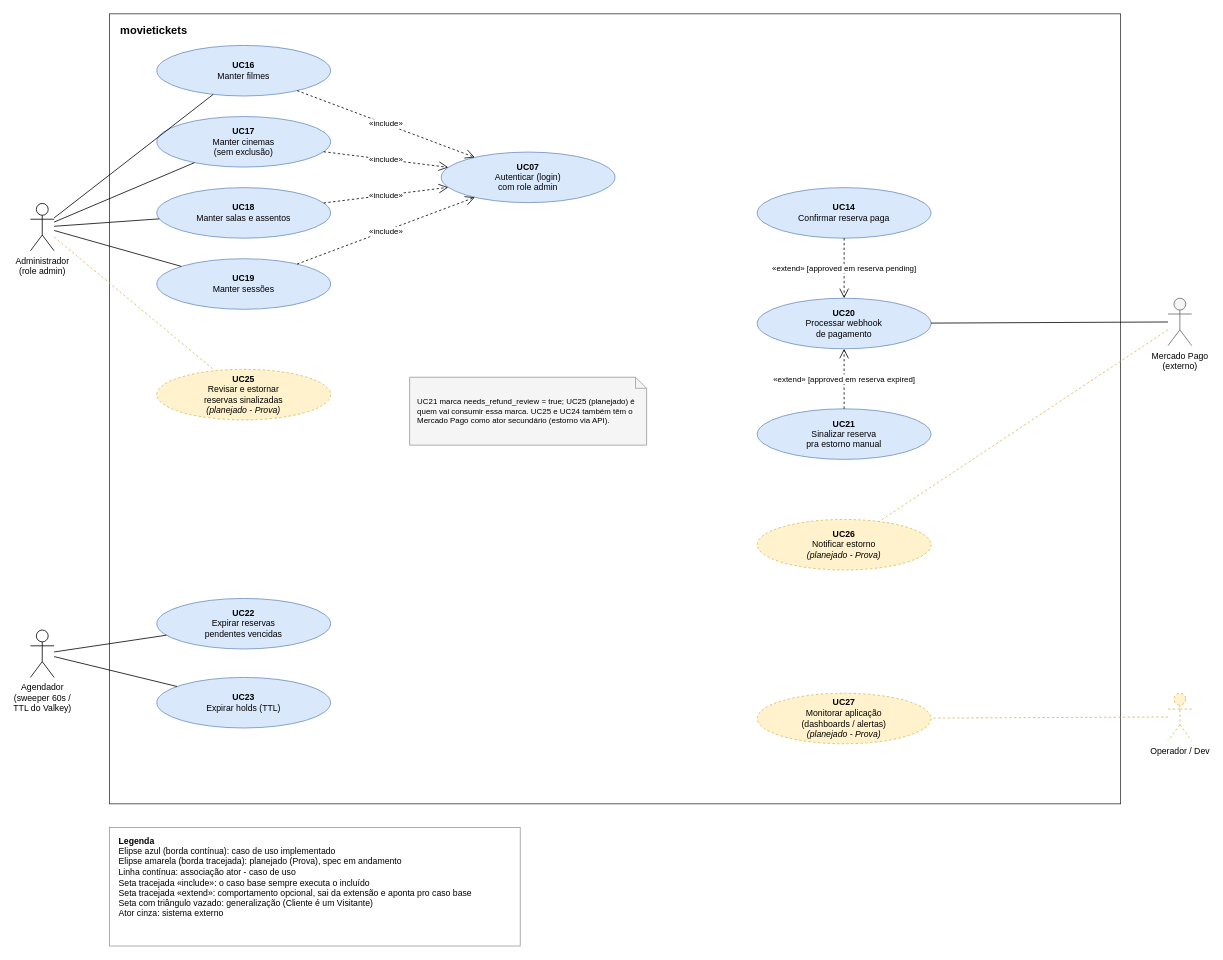
This is page "Administrador e sistema" (2 of 2) of docs/use-cases/use-cases.drawio from D4rkM/movietickets, a draw.io file, before an edit. Source tidied: cells renumbered, new cells numbered last; positions are measured from the earlier drawing's top-left corner, leaving out a move shared by most shapes. Both pictures are drawn from the tidied source at 79%, with x=0, y=0 at pixel (30, 13).
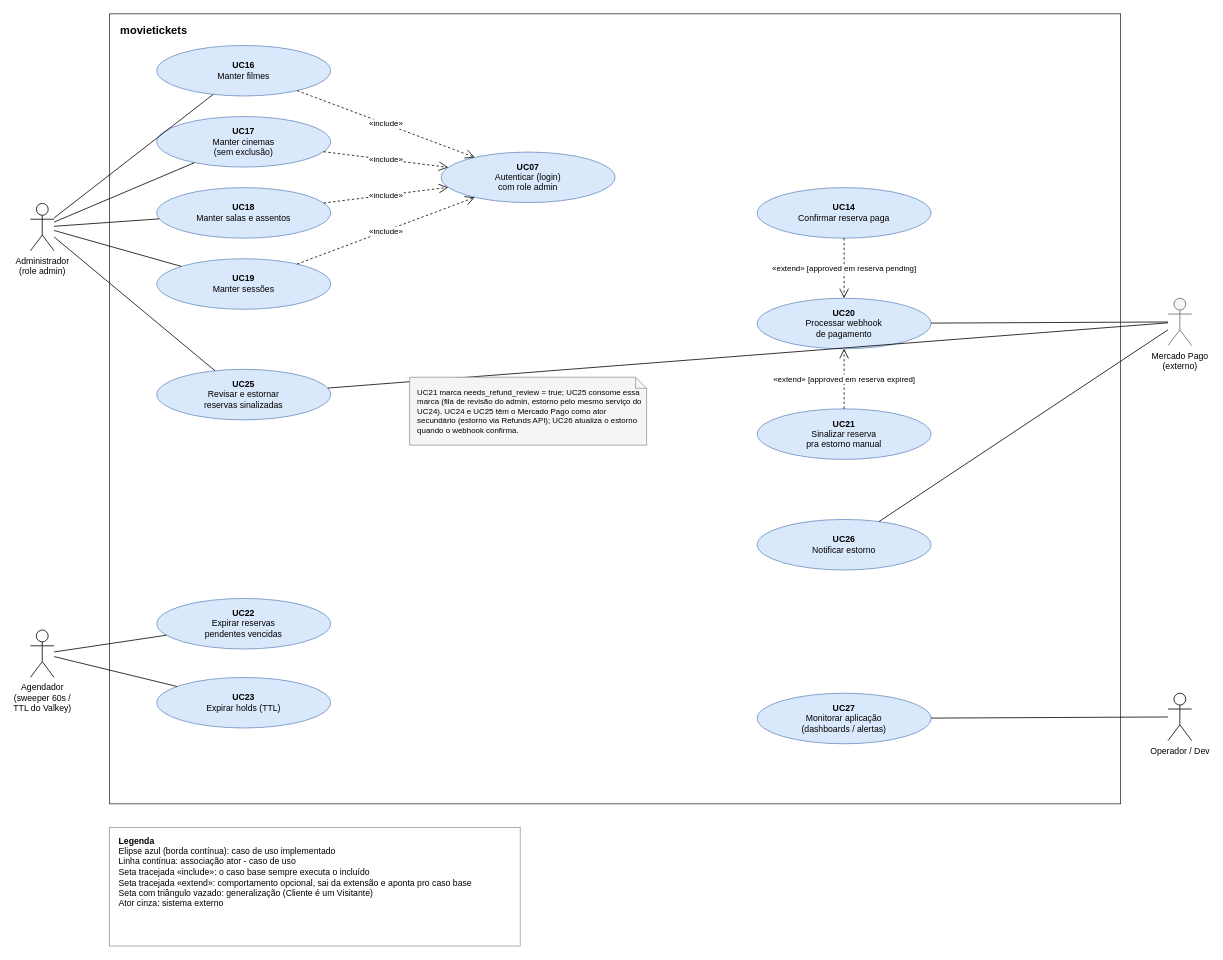
After the change.

Commit message (it also covers changes not shown here):
docs: casos de uso UC24 a UC27 entregues (estorno e monitoria) (#97)

The change refers to these unchanged cells:
```xml
<mxCell id="3" value="Administrador&lt;br&gt;(role admin)" style="shape=umlActor;verticalLabelPosition=bottom;verticalAlign=top;html=1;outlineConnect=0;fontSize=11;" parent="1" vertex="1">
  <mxGeometry y="240" width="30" height="60" as="geometry" />
</mxCell>
<mxCell id="5" value="Mercado Pago&lt;br&gt;(externo)" style="shape=umlActor;verticalLabelPosition=bottom;verticalAlign=top;html=1;outlineConnect=0;fontSize=11;fillColor=#f5f5f5;strokeColor=#666666;" parent="1" vertex="1">
  <mxGeometry x="1440" y="360" width="30" height="60" as="geometry" />
</mxCell>
```

The edit, as a diff of the source:
```diff
@@
-    <mxCell id="6" value="Operador / Dev" style="shape=umlActor;verticalLabelPosition=bottom;verticalAlign=top;html=1;outlineConnect=0;fontSize=11;dashed=1;fillColor=#fff2cc;strokeColor=#d6b656;" parent="1" vertex="1">
+    <mxCell id="6" value="Operador / Dev" style="shape=umlActor;verticalLabelPosition=bottom;verticalAlign=top;html=1;outlineConnect=0;fontSize=11;" parent="1" vertex="1">
       <mxGeometry x="1440" y="860" width="30" height="60" as="geometry" />
     </mxCell>
@@
-    <mxCell id="11" value="&lt;b&gt;UC25&lt;/b&gt;&lt;br&gt;Revisar e estornar&lt;br&gt;reservas sinalizadas&lt;br&gt;&lt;i&gt;(planejado - Prova)&lt;/i&gt;" style="ellipse;whiteSpace=wrap;html=1;fillColor=#fff2cc;strokeColor=#d6b656;dashed=1;fontSize=11;" parent="1" vertex="1">
+    <mxCell id="11" value="&lt;b&gt;UC25&lt;/b&gt;&lt;br&gt;Revisar e estornar&lt;br&gt;reservas sinalizadas" style="ellipse;whiteSpace=wrap;html=1;fillColor=#dae8fc;strokeColor=#6c8ebf;fontSize=11;" parent="1" vertex="1">
       <mxGeometry x="160" y="450" width="220" height="64" as="geometry" />
     </mxCell>
@@
-    <mxCell id="18" value="&lt;b&gt;UC26&lt;/b&gt;&lt;br&gt;Notificar estorno&lt;br&gt;&lt;i&gt;(planejado - Prova)&lt;/i&gt;" style="ellipse;whiteSpace=wrap;html=1;fillColor=#fff2cc;strokeColor=#d6b656;dashed=1;fontSize=11;" parent="1" vertex="1">
+    <mxCell id="18" value="&lt;b&gt;UC26&lt;/b&gt;&lt;br&gt;Notificar estorno" style="ellipse;whiteSpace=wrap;html=1;fillColor=#dae8fc;strokeColor=#6c8ebf;fontSize=11;" parent="1" vertex="1">
       <mxGeometry x="920" y="640" width="220" height="64" as="geometry" />
     </mxCell>
-    <mxCell id="19" value="&lt;b&gt;UC27&lt;/b&gt;&lt;br&gt;Monitorar aplicação&lt;br&gt;(dashboards / alertas)&lt;br&gt;&lt;i&gt;(planejado - Prova)&lt;/i&gt;" style="ellipse;whiteSpace=wrap;html=1;fillColor=#fff2cc;strokeColor=#d6b656;dashed=1;fontSize=11;" parent="1" vertex="1">
+    <mxCell id="19" value="&lt;b&gt;UC27&lt;/b&gt;&lt;br&gt;Monitorar aplicação&lt;br&gt;(dashboards / alertas)" style="ellipse;whiteSpace=wrap;html=1;fillColor=#dae8fc;strokeColor=#6c8ebf;fontSize=11;" parent="1" vertex="1">
       <mxGeometry x="920" y="860" width="220" height="64" as="geometry" />
     </mxCell>
@@
-    <mxCell id="28" style="endArrow=none;html=1;rounded=0;dashed=1;strokeColor=#d6b656;" parent="1" edge="1" source="3" target="11">
+    <mxCell id="28" style="endArrow=none;html=1;rounded=0;" parent="1" edge="1" source="3" target="11">
       <mxGeometry relative="1" as="geometry" />
     </mxCell>
@@
+    <mxCell id="38" style="endArrow=none;html=1;rounded=0;" parent="1" edge="1" source="5" target="11">
+      <mxGeometry relative="1" as="geometry" />
+    </mxCell>
-    <mxCell id="32" style="endArrow=none;html=1;rounded=0;dashed=1;strokeColor=#d6b656;" parent="1" edge="1" source="5" target="18">
+    <mxCell id="32" style="endArrow=none;html=1;rounded=0;" parent="1" edge="1" source="5" target="18">
       <mxGeometry relative="1" as="geometry" />
     </mxCell>
-    <mxCell id="33" style="endArrow=none;html=1;rounded=0;dashed=1;strokeColor=#d6b656;" parent="1" edge="1" source="6" target="19">
+    <mxCell id="33" style="endArrow=none;html=1;rounded=0;" parent="1" edge="1" source="6" target="19">
       <mxGeometry relative="1" as="geometry" />
     </mxCell>
@@
-    <mxCell id="36" value="UC21 marca needs_refund_review = true; UC25 (planejado) é quem vai consumir essa marca. UC25 e UC24 também têm o Mercado Pago como ator secundário (estorno via API)." style="shape=note;whiteSpace=wrap;html=1;size=14;align=left;spacingLeft=8;fontSize=10;fillColor=#f5f5f5;strokeColor=#999999;" parent="1" vertex="1">
+    <mxCell id="36" value="UC21 marca needs_refund_review = true; UC25 consome essa marca (fila de revisão do admin, estorno pelo mesmo serviço do UC24). UC24 e UC25 têm o Mercado Pago como ator secundário (estorno via Refunds API); UC26 atualiza o estorno quando o webhook confirma." style="shape=note;whiteSpace=wrap;html=1;size=14;align=left;spacingLeft=8;fontSize=10;fillColor=#f5f5f5;strokeColor=#999999;" parent="1" vertex="1">
       <mxGeometry x="480" y="460" width="300" height="86" as="geometry" />
     </mxCell>
-    <mxCell id="37" value="&lt;b&gt;Legenda&lt;/b&gt;&lt;br&gt;Elipse azul (borda contínua): caso de uso implementado&lt;br&gt;Elipse amarela (borda tracejada): planejado (Prova), spec em andamento&lt;br&gt;Linha contínua: associação ator - caso de uso&lt;br&gt;Seta tracejada «include»: o caso base sempre executa o incluído&lt;br&gt;Seta tracejada «extend»: comportamento opcional, sai da extensão e aponta pro caso base&lt;br&gt;Seta com triângulo vazado: generalização (Cliente é um Visitante)&lt;br&gt;Ator cinza: sistema externo" style="rounded=0;whiteSpace=wrap;html=1;align=left;verticalAlign=top;spacingLeft=10;spacingTop=4;fontSize=11;fillColor=#ffffff;strokeColor=#999999;" parent="1" vertex="1">
+    <mxCell id="37" value="&lt;b&gt;Legenda&lt;/b&gt;&lt;br&gt;Elipse azul (borda contínua): caso de uso implementado&lt;br&gt;Linha contínua: associação ator - caso de uso&lt;br&gt;Seta tracejada «include»: o caso base sempre executa o incluído&lt;br&gt;Seta tracejada «extend»: comportamento opcional, sai da extensão e aponta pro caso base&lt;br&gt;Seta com triângulo vazado: generalização (Cliente é um Visitante)&lt;br&gt;Ator cinza: sistema externo" style="rounded=0;whiteSpace=wrap;html=1;align=left;verticalAlign=top;spacingLeft=10;spacingTop=4;fontSize=11;fillColor=#ffffff;strokeColor=#999999;" parent="1" vertex="1">
       <mxGeometry x="100" y="1030" width="520" height="150" as="geometry" />
     </mxCell>
```
